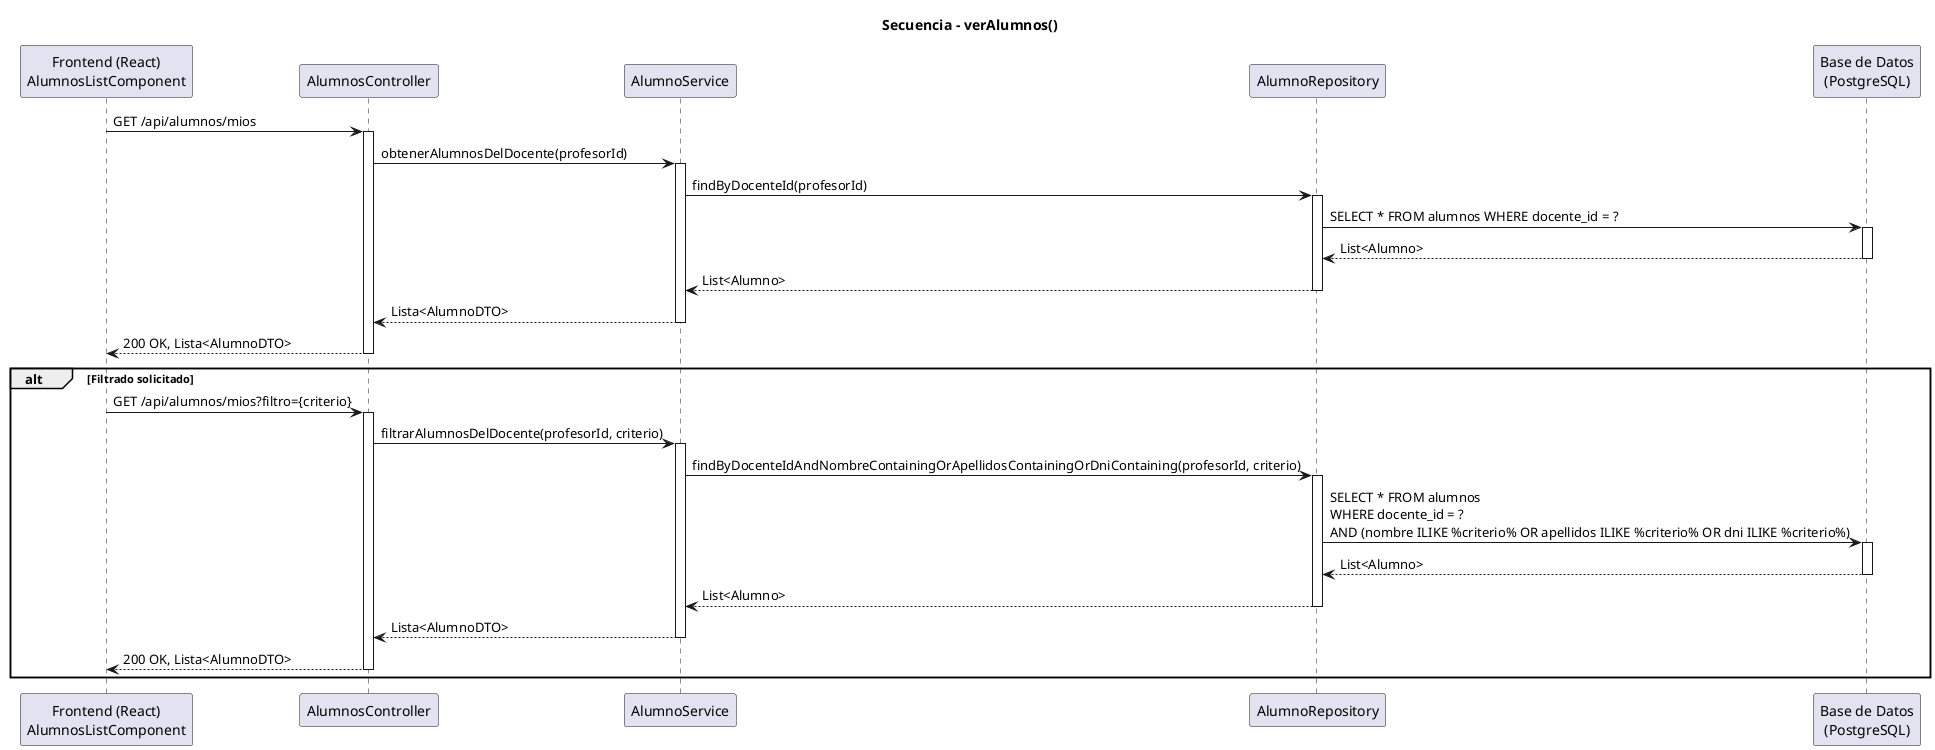
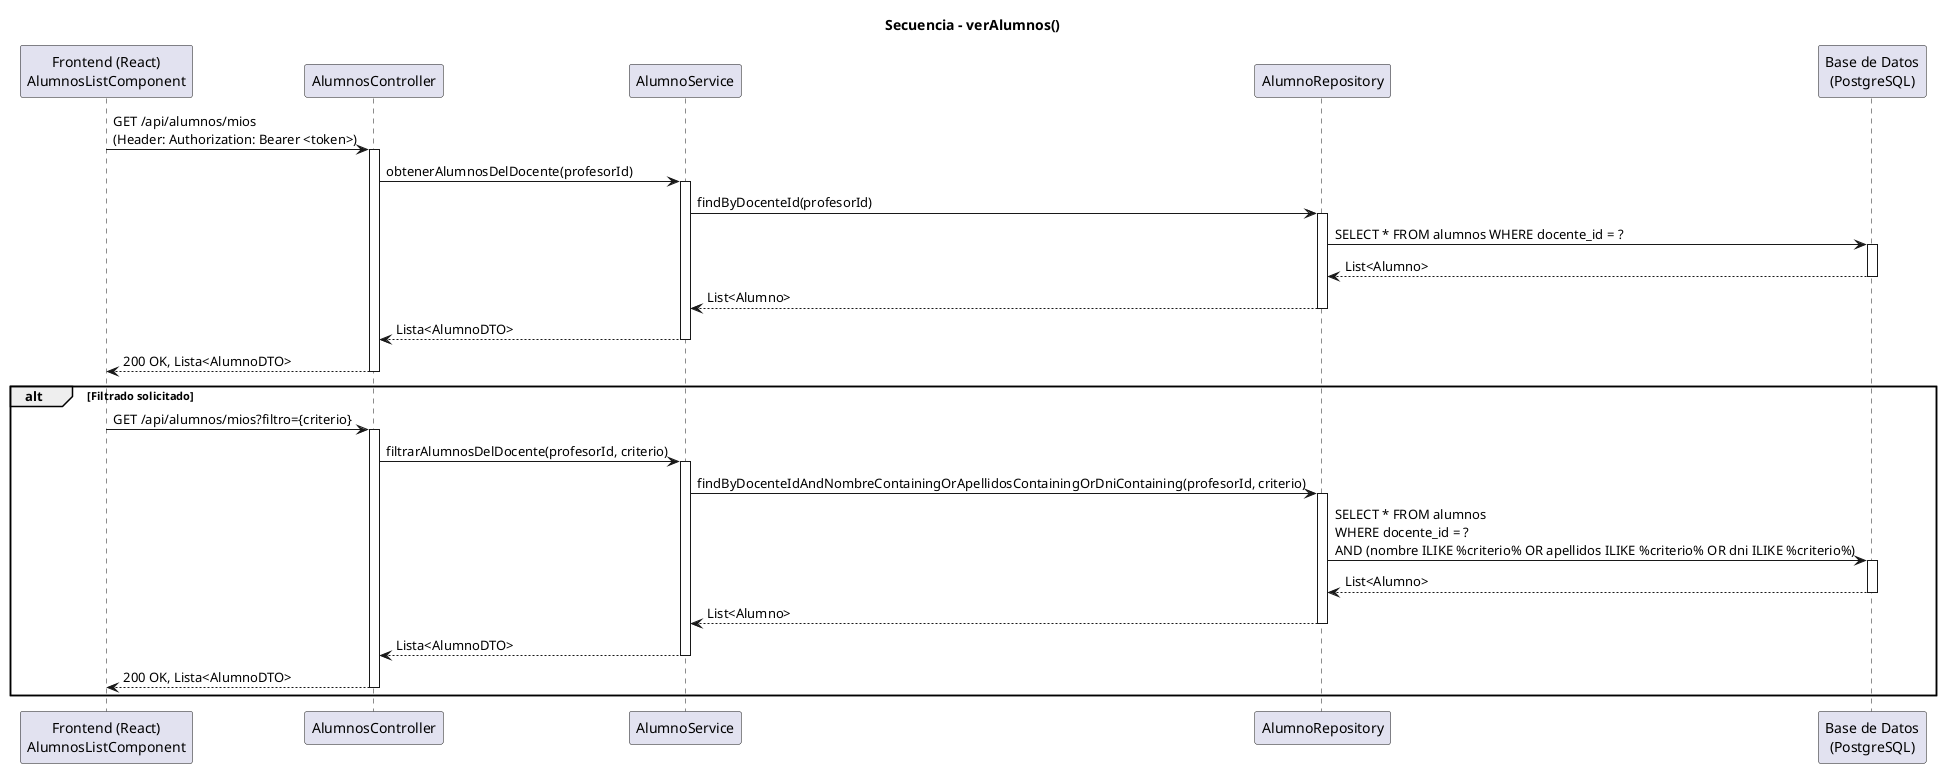
@startuml secuencia-verAlumnos

title Secuencia - verAlumnos()

participant "Frontend (React)\nAlumnosListComponent" as view
participant "AlumnosController" as controller
participant "AlumnoService" as service
participant "AlumnoRepository" as repository
participant "Base de Datos\n(PostgreSQL)" as db

- view -> controller : GET /api/alumnos/mios
+ view -> controller : GET /api/alumnos/mios\n(Header: Authorization: Bearer <token>)
activate controller

controller -> service : obtenerAlumnosDelDocente(profesorId)
activate service

service -> repository : findByDocenteId(profesorId)
activate repository

repository -> db : SELECT * FROM alumnos WHERE docente_id = ?
activate db
db --> repository : List<Alumno>
deactivate db

repository --> service : List<Alumno>
deactivate repository

service --> controller : Lista<AlumnoDTO>
deactivate service

controller --> view : 200 OK, Lista<AlumnoDTO>
deactivate controller

alt Filtrado solicitado

view -> controller : GET /api/alumnos/mios?filtro={criterio}
activate controller

controller -> service : filtrarAlumnosDelDocente(profesorId, criterio)
activate service

service -> repository : findByDocenteIdAndNombreContainingOrApellidosContainingOrDniContaining(profesorId, criterio)
activate repository

repository -> db : SELECT * FROM alumnos\nWHERE docente_id = ?\nAND (nombre ILIKE %criterio% OR apellidos ILIKE %criterio% OR dni ILIKE %criterio%)
activate db
db --> repository : List<Alumno>
deactivate db

repository --> service : List<Alumno>
deactivate repository

service --> controller : Lista<AlumnoDTO>
deactivate service

controller --> view : 200 OK, Lista<AlumnoDTO>
deactivate controller

end

@enduml